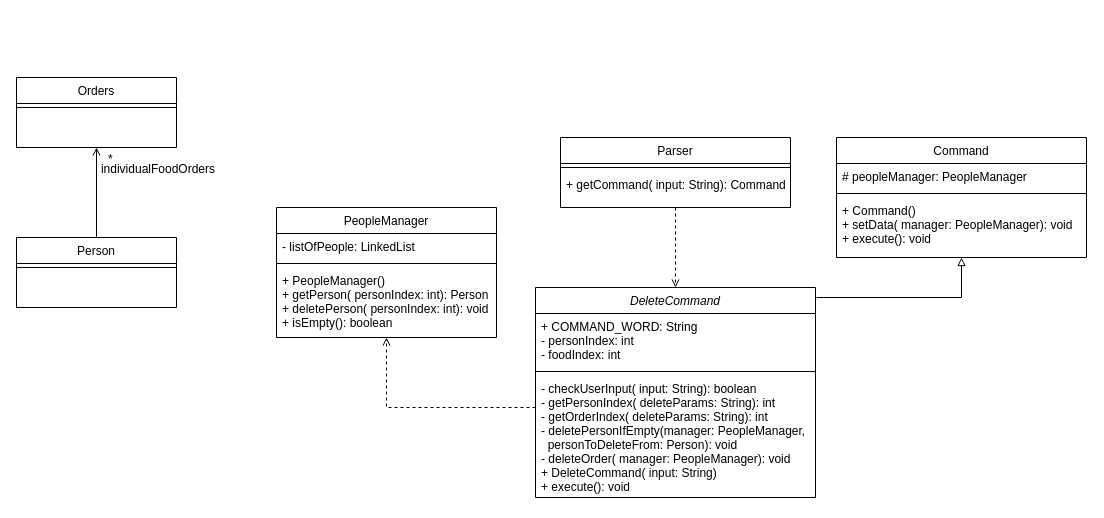
Above: UMLdiagrams/Untitled Diagram.drawio in thaddyyz/tp (draw.io), before the change. Source tidied: cells renumbered, new cells numbered last; positions are measured from the earlier drawing's top-left corner, leaving out a move shared by most shapes. Both pictures are drawn from the tidied source at 100%, with x=0, y=0 at pixel (16, 77).
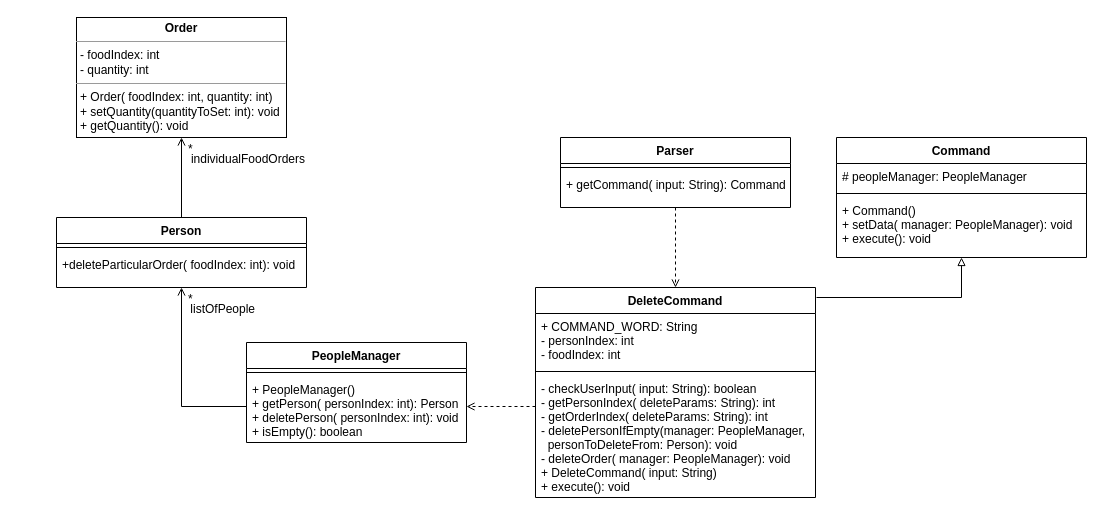
The same diagram, later.

The change refers to these unchanged cells:
```xml
<mxCell id="5" value="- checkUserInput( input: String): boolean&#10;- getPersonIndex( deleteParams: String): int&#10;- getOrderIndex( deleteParams: String): int&#10;- deletePersonIfEmpty(manager: PeopleManager,&#10;  personToDeleteFrom: Person): void&#10;- deleteOrder( manager: PeopleManager): void&#10;+ DeleteCommand( input: String)&#10;+ execute(): void" style="text;align=left;verticalAlign=top;spacingLeft=4;spacingRight=4;overflow=hidden;points=[[0,0.5],[1,0.5]];portConstraint=eastwest;" parent="2" vertex="1">
  <mxGeometry y="88" width="280" height="122" as="geometry" />
</mxCell>
<mxCell id="17" style="endArrow=block;shadow=0;strokeWidth=1;rounded=0;endFill=0;edgeStyle=elbowEdgeStyle;elbow=vertical;" parent="1" edge="1" target="13">
  <mxGeometry x="0.5" y="41" relative="1" as="geometry">
    <mxPoint x="800" y="220" as="sourcePoint" />
    <Array as="points">
      <mxPoint x="945" y="220" />
      <mxPoint x="870" y="220" />
    </Array>
    <mxPoint x="-40" y="32" as="offset" />
  </mxGeometry>
</mxCell>
```

Diff of the diagram source:
```diff
@@
-    <mxCell id="2" value="DeleteCommand" style="swimlane;fontStyle=2;align=center;verticalAlign=top;horizontal=1;startSize=26;rounded=0;shadow=0;strokeWidth=1;" parent="1" vertex="1">
+    <mxCell id="2" value="DeleteCommand" style="swimlane;fontStyle=1;align=center;verticalAlign=top;horizontal=1;startSize=26;rounded=0;shadow=0;strokeWidth=1;" parent="1" vertex="1">
       <mxGeometry x="519" y="210" width="280" height="210" as="geometry" />
     </mxCell>
@@
-    <mxCell id="6" value="PeopleManager" style="swimlane;fontStyle=0;align=center;verticalAlign=top;horizontal=1;startSize=26;rounded=0;shadow=0;strokeWidth=1;" parent="1" vertex="1">
-      <mxGeometry x="260" y="130" width="220" height="130" as="geometry" />
+    <mxCell id="6" value="PeopleManager" style="swimlane;fontStyle=1;align=center;verticalAlign=top;horizontal=1;startSize=26;rounded=0;shadow=0;strokeWidth=1;" parent="1" vertex="1">
+      <mxGeometry x="230" y="265" width="220" height="100" as="geometry" />
     </mxCell>
-    <mxCell id="7" value="- listOfPeople: LinkedList" style="text;align=left;verticalAlign=top;spacingLeft=4;spacingRight=4;overflow=hidden;rounded=0;shadow=0;html=0;" parent="6" vertex="1">
-      <mxGeometry y="26" width="220" height="26" as="geometry" />
-    </mxCell>
     <mxCell id="8" style="line;html=1;strokeWidth=1;align=left;verticalAlign=middle;spacingTop=-1;spacingLeft=3;spacingRight=3;labelPosition=right;" parent="6" vertex="1">
-      <mxGeometry y="52" width="220" height="8" as="geometry" />
+      <mxGeometry y="26" width="220" height="8" as="geometry" />
     </mxCell>
     <mxCell id="9" value="+ PeopleManager()&#10;+ getPerson( personIndex: int): Person&#10;+ deletePerson( personIndex: int): void&#10;+ isEmpty(): boolean" style="text;align=left;verticalAlign=top;spacingLeft=4;spacingRight=4;overflow=hidden;points=[[0,0.5],[1,0.5]];portConstraint=eastwest;" parent="6" vertex="1">
-      <mxGeometry y="60" width="220" height="60" as="geometry" />
+      <mxGeometry y="34" width="220" height="60" as="geometry" />
     </mxCell>
-    <mxCell id="10" style="edgeStyle=orthogonalEdgeStyle;rounded=0;jettySize=auto;html=1;exitX=0.5;exitY=0;exitDx=0;exitDy=0;entryX=0.5;entryY=1;entryDx=0;entryDy=0;endArrow=open;endFill=0;" parent="1" edge="1" source="11" target="25">
+    <mxCell id="10" style="edgeStyle=orthogonalEdgeStyle;rounded=0;jettySize=auto;html=1;exitX=0.5;exitY=0;exitDx=0;exitDy=0;endArrow=open;endFill=0;entryX=0.5;entryY=1;entryDx=0;entryDy=0;" parent="1" edge="1" source="11" target="28">
       <mxGeometry relative="1" as="geometry" />
     </mxCell>
-    <mxCell id="11" value="Person" style="swimlane;fontStyle=0;align=center;verticalAlign=top;horizontal=1;startSize=26;rounded=0;shadow=0;strokeWidth=1;" parent="1" vertex="1">
-      <mxGeometry y="160" width="160" height="70" as="geometry" />
+    <mxCell id="11" value="Person" style="swimlane;fontStyle=1;align=center;verticalAlign=top;horizontal=1;startSize=26;rounded=0;shadow=0;strokeWidth=1;" parent="1" vertex="1">
+      <mxGeometry x="40" y="140" width="250" height="70" as="geometry" />
     </mxCell>
     <mxCell id="12" style="line;html=1;strokeWidth=1;align=left;verticalAlign=middle;spacingTop=-1;spacingLeft=3;spacingRight=3;labelPosition=right;" parent="11" vertex="1">
-      <mxGeometry y="26" width="160" height="8" as="geometry" />
+      <mxGeometry y="26" width="250" height="8" as="geometry" />
     </mxCell>
+    <mxCell id="27" value="+deleteParticularOrder( foodIndex: int): void" style="text;align=left;verticalAlign=top;spacingLeft=4;spacingRight=4;overflow=hidden;" parent="11" vertex="1">
+      <mxGeometry y="34" width="250" height="30" as="geometry" />
+    </mxCell>
-    <mxCell id="13" value="Command" style="swimlane;fontStyle=0;align=center;verticalAlign=top;horizontal=1;startSize=26;rounded=0;shadow=0;strokeWidth=1;" parent="1" vertex="1">
+    <mxCell id="13" value="Command" style="swimlane;fontStyle=1;align=center;verticalAlign=top;horizontal=1;startSize=26;rounded=0;shadow=0;strokeWidth=1;" parent="1" vertex="1">
       <mxGeometry x="820" y="60" width="250" height="120" as="geometry" />
     </mxCell>
@@
     <mxCell id="18" value="*" style="align=left;verticalAlign=bottom;labelBackgroundColor=none;fontSize=12;" parent="17" vertex="1">
       <mxGeometry x="-1" relative="1" as="geometry">
-        <mxPoint x="-710" y="-130" as="offset" />
+        <mxPoint x="-630" y="-140" as="offset" />
       </mxGeometry>
     </mxCell>
     <mxCell id="19" value="individualFoodOrders" style="align=right;verticalAlign=bottom;labelBackgroundColor=none;fontSize=12;" parent="17" vertex="1">
       <mxGeometry x="1" relative="1" as="geometry">
-        <mxPoint x="-745" y="-80" as="offset" />
+        <mxPoint x="-655" y="-90" as="offset" />
       </mxGeometry>
     </mxCell>
@@
-    <mxCell id="21" value="Parser" style="swimlane;fontStyle=0;align=center;verticalAlign=top;horizontal=1;startSize=26;rounded=0;shadow=0;strokeWidth=1;" parent="1" vertex="1">
+    <mxCell id="21" value="Parser" style="swimlane;fontStyle=1;align=center;verticalAlign=top;horizontal=1;startSize=26;rounded=0;shadow=0;strokeWidth=1;" parent="1" vertex="1">
       <mxGeometry x="544" y="60" width="230" height="70" as="geometry" />
     </mxCell>
@@
-    <mxCell id="24" style="edgeStyle=orthogonalEdgeStyle;rounded=0;jettySize=auto;html=1;entryX=0.5;entryY=1;entryDx=0;entryDy=0;dashed=1;endArrow=open;endFill=0;" parent="1" edge="1" target="6">
-      <mxGeometry relative="1" as="geometry">
-        <mxPoint x="519" y="390" as="sourcePoint" />
-        <Array as="points">
-          <mxPoint x="519" y="330" />
-          <mxPoint x="370" y="330" />
-        </Array>
-      </mxGeometry>
-    </mxCell>
-    <mxCell id="25" value="Orders" style="swimlane;fontStyle=0;align=center;verticalAlign=top;horizontal=1;startSize=26;rounded=0;shadow=0;strokeWidth=1;" parent="1" vertex="1">
-      <mxGeometry width="160" height="70" as="geometry" />
-    </mxCell>
-    <mxCell id="26" style="line;html=1;strokeWidth=1;align=left;verticalAlign=middle;spacingTop=-1;spacingLeft=3;spacingRight=3;labelPosition=right;" parent="25" vertex="1">
-      <mxGeometry y="26" width="160" height="8" as="geometry" />
-    </mxCell>
+    <mxCell id="28" value="&lt;p style=&quot;margin: 0px ; margin-top: 4px ; text-align: center&quot;&gt;&lt;b&gt;Order&lt;/b&gt;&lt;/p&gt;&lt;hr size=&quot;1&quot;&gt;&lt;p style=&quot;margin: 0px ; margin-left: 4px&quot;&gt;- foodIndex: int&lt;/p&gt;&lt;p style=&quot;margin: 0px ; margin-left: 4px&quot;&gt;- quantity: int&lt;/p&gt;&lt;hr size=&quot;1&quot;&gt;&lt;p style=&quot;margin: 0px ; margin-left: 4px&quot;&gt;+ Order( foodIndex: int, quantity: int)&lt;/p&gt;&lt;p style=&quot;margin: 0px ; margin-left: 4px&quot;&gt;+ setQuantity(quantityToSet: int): void&lt;/p&gt;&lt;p style=&quot;margin: 0px ; margin-left: 4px&quot;&gt;+ getQuantity(): void&lt;/p&gt;" style="verticalAlign=top;align=left;overflow=fill;fontSize=12;fontFamily=Helvetica;html=1;" parent="1" vertex="1">
+      <mxGeometry x="60" y="-60" width="210" height="120" as="geometry" />
+    </mxCell>
+    <mxCell id="29" style="edgeStyle=orthogonalEdgeStyle;rounded=0;jettySize=auto;html=1;exitX=0;exitY=0.5;exitDx=0;exitDy=0;endArrow=open;endFill=0;entryX=0.5;entryY=1;entryDx=0;entryDy=0;" parent="1" edge="1" source="9" target="11">
+      <mxGeometry relative="1" as="geometry" />
+    </mxCell>
+    <mxCell id="30" value="*" style="align=left;verticalAlign=bottom;labelBackgroundColor=none;fontSize=12;" parent="1" vertex="1">
+      <mxGeometry x="170" y="230" as="geometry" />
+    </mxCell>
+    <mxCell id="31" value="listOfPeople" style="align=right;verticalAlign=bottom;labelBackgroundColor=none;fontSize=12;" parent="1" vertex="1">
+      <mxGeometry x="240" y="240" as="geometry" />
+    </mxCell>
+    <mxCell id="32" style="edgeStyle=orthogonalEdgeStyle;rounded=0;jettySize=auto;html=1;exitX=0;exitY=0.5;exitDx=0;exitDy=0;entryX=1;entryY=0.5;entryDx=0;entryDy=0;endArrow=open;endFill=0;dashed=1;" parent="1" edge="1" source="5" target="9">
+      <mxGeometry relative="1" as="geometry">
+        <Array as="points">
+          <mxPoint x="519" y="329" />
+        </Array>
+      </mxGeometry>
+    </mxCell>
```
